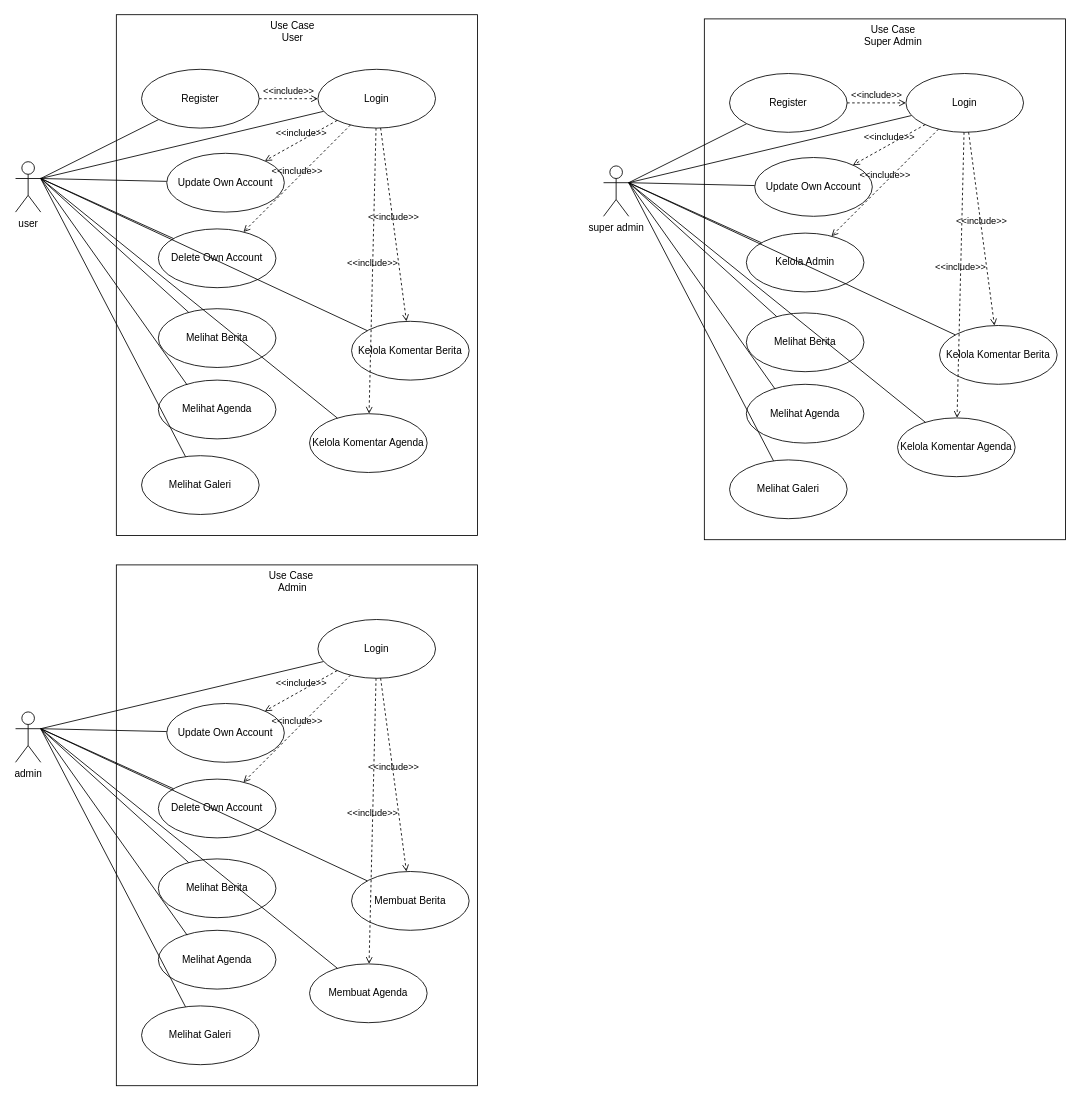
The draw.io diagram page "use-case" (3 of 3) of uml/uml.drawio in Radewan/web-desa-backend, before the edit. Source tidied: cells renumbered, new cells numbered last; positions are measured from the earlier drawing's top-left corner, leaving out a move shared by most shapes. Both pictures are drawn from the tidied source at 84%, with x=0, y=0 at pixel (15, 14).
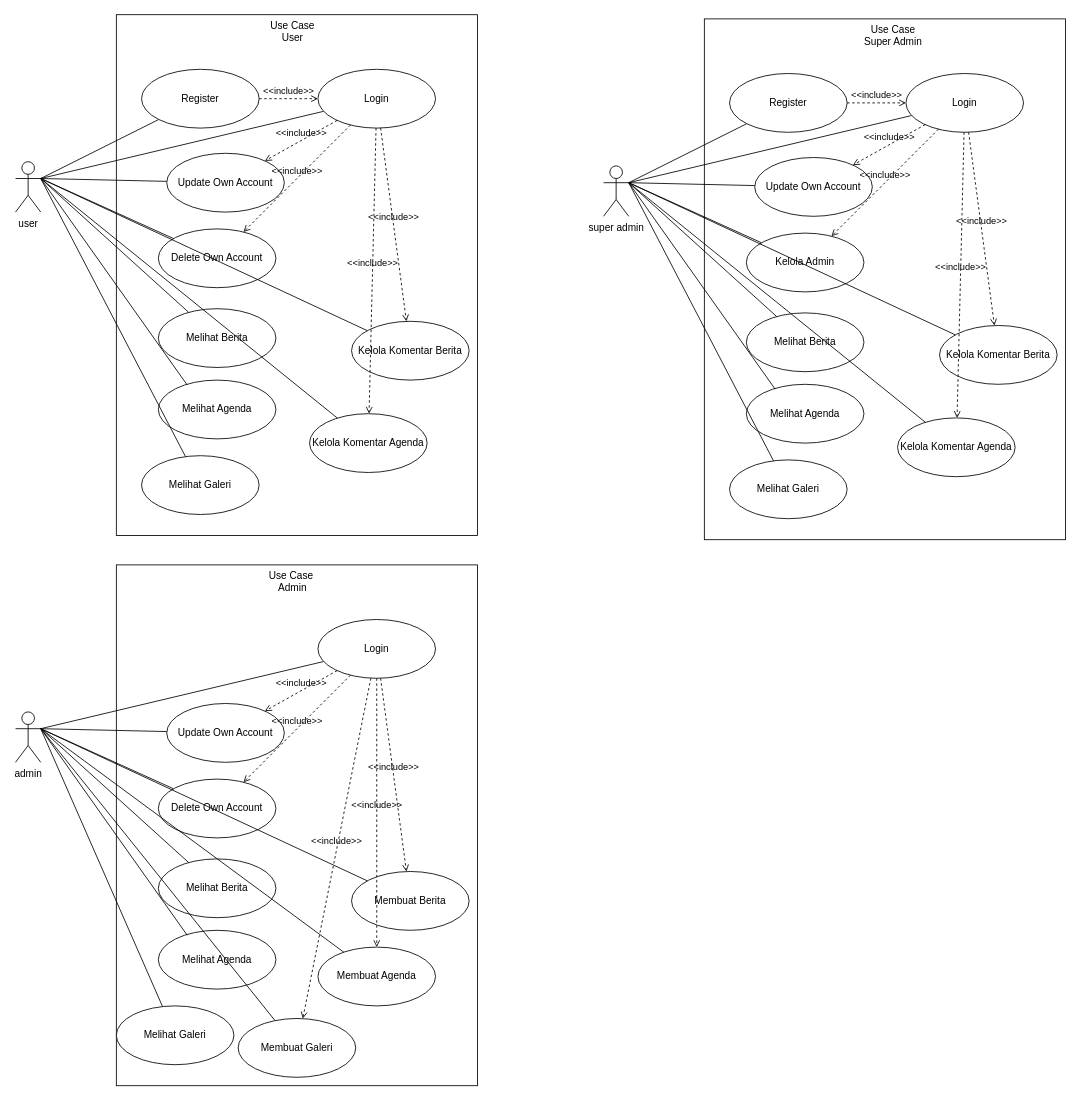
The same diagram, later.

The change refers to these unchanged cells:
```xml
<mxCell id="31" value="admin" style="shape=umlActor;verticalLabelPosition=bottom;verticalAlign=top;html=1;" parent="1" vertex="1">
  <mxGeometry y="830" width="30" height="60" as="geometry" />
</mxCell>
<mxCell id="33" value="Login" style="ellipse;whiteSpace=wrap;html=1;" parent="1" vertex="1">
  <mxGeometry x="360" y="720" width="140" height="70" as="geometry" />
</mxCell>
```

Diff of the diagram source:
```diff
@@
     <mxCell id="37" value="Membuat Agenda" style="ellipse;whiteSpace=wrap;html=1;" parent="1" vertex="1">
-      <mxGeometry x="350" y="1130" width="140" height="70" as="geometry" />
+      <mxGeometry x="360" y="1110" width="140" height="70" as="geometry" />
     </mxCell>
@@
     <mxCell id="40" value="Melihat Galeri" style="ellipse;whiteSpace=wrap;html=1;" parent="1" vertex="1">
-      <mxGeometry x="150" y="1180" width="140" height="70" as="geometry" />
+      <mxGeometry x="120" y="1180" width="140" height="70" as="geometry" />
     </mxCell>
@@
+    <mxCell id="77" value="Membuat Galeri" style="ellipse;whiteSpace=wrap;html=1;" parent="1" vertex="1">
+      <mxGeometry x="265" y="1195" width="140" height="70" as="geometry" />
+    </mxCell>
+    <mxCell id="78" style="edgeStyle=none;html=1;entryX=1;entryY=0.3333333333333333;entryDx=0;entryDy=0;entryPerimeter=0;endArrow=none;endFill=0;" parent="1" edge="1" source="77" target="31">
+      <mxGeometry relative="1" as="geometry" />
+    </mxCell>
+    <mxCell id="79" value="&amp;lt;&amp;lt;include&amp;gt;&amp;gt;" style="html=1;verticalAlign=bottom;labelBackgroundColor=none;endArrow=open;endFill=0;dashed=1;" parent="1" edge="1" source="33" target="77">
+      <mxGeometry relative="1" as="geometry" />
+    </mxCell>
```
